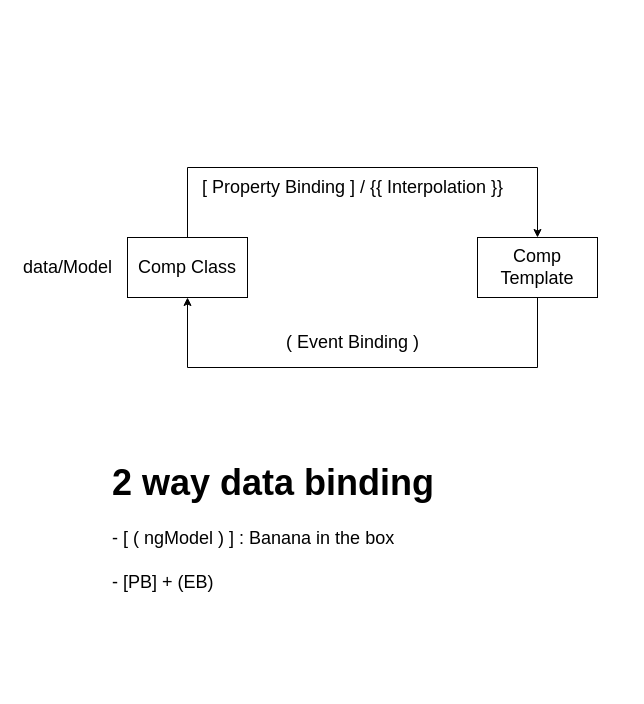
Before: page "Page-6" (6 of 20) of full-diagrams.drawio in synergy2411/citiustech-sept21, a draw.io diagram. Source tidied: cells renumbered, new cells numbered last; positions are measured from the earlier drawing's top-left corner, leaving out a move shared by most shapes. Both pictures are drawn from the tidied source at 100%, with x=0, y=0 at pixel (17, 167).
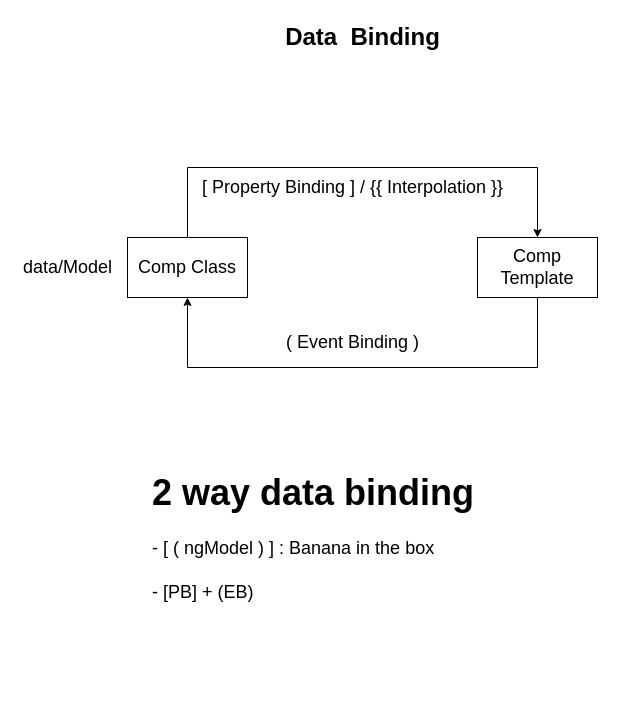
Above is the later version.

The edit, as a diff of the source:
```diff
@@
 <mxGraphModel>
   <root>
     <mxCell id="0" />
     <mxCell id="1" parent="0" />
     <mxCell id="2" style="edgeStyle=orthogonalEdgeStyle;rounded=0;jettySize=auto;html=1;exitX=0.5;exitY=0;exitDx=0;exitDy=0;entryX=0.5;entryY=0;entryDx=0;entryDy=0;fontSize=18;" parent="1" edge="1" source="3" target="5">
       <mxGeometry relative="1" as="geometry">
         <Array as="points">
           <mxPoint x="170" />
           <mxPoint x="520" />
         </Array>
       </mxGeometry>
     </mxCell>
     <mxCell id="3" value="Comp Class" style="rounded=0;whiteSpace=wrap;html=1;fontSize=18;" parent="1" vertex="1">
       <mxGeometry x="110" y="70" width="120" height="60" as="geometry" />
     </mxCell>
     <mxCell id="4" style="edgeStyle=orthogonalEdgeStyle;rounded=0;jettySize=auto;html=1;exitX=0.5;exitY=1;exitDx=0;exitDy=0;entryX=0.5;entryY=1;entryDx=0;entryDy=0;fontSize=18;" parent="1" edge="1" source="5" target="3">
       <mxGeometry relative="1" as="geometry">
         <Array as="points">
           <mxPoint x="520" y="200" />
           <mxPoint x="170" y="200" />
         </Array>
       </mxGeometry>
     </mxCell>
     <mxCell id="5" value="Comp Template" style="rounded=0;whiteSpace=wrap;html=1;fontSize=18;" parent="1" vertex="1">
       <mxGeometry x="460" y="70" width="120" height="60" as="geometry" />
     </mxCell>
     <mxCell id="6" value="data/Model" style="text;html=1;align=center;verticalAlign=middle;strokeColor=none;fillColor=none;fontSize=18;" parent="1" vertex="1">
       <mxGeometry y="85" width="100" height="30" as="geometry" />
     </mxCell>
     <mxCell id="7" value="[ Property Binding ] / {{ Interpolation }}" style="text;html=1;align=center;verticalAlign=middle;strokeColor=none;fillColor=none;fontSize=18;" parent="1" vertex="1">
       <mxGeometry x="175" y="5" width="320" height="30" as="geometry" />
     </mxCell>
     <mxCell id="8" value="( Event Binding )" style="text;html=1;align=center;verticalAlign=middle;strokeColor=none;fillColor=none;fontSize=18;" parent="1" vertex="1">
       <mxGeometry x="260" y="160" width="150" height="30" as="geometry" />
     </mxCell>
     <mxCell id="9" value="&lt;h1&gt;2 way data binding&lt;/h1&gt;&lt;div&gt;- [ ( ngModel ) ] : Banana in the box&lt;/div&gt;&lt;div&gt;&lt;br&gt;&lt;/div&gt;&lt;div&gt;- [PB] + (EB)&lt;/div&gt;" style="text;html=1;strokeColor=none;fillColor=none;spacing=5;spacingTop=-20;whiteSpace=wrap;overflow=hidden;rounded=0;fontSize=18;" parent="1" vertex="1">
-      <mxGeometry x="90" y="280" width="480" height="230" as="geometry" />
+      <mxGeometry x="130" y="290" width="480" height="230" as="geometry" />
     </mxCell>
+    <mxCell id="10" value="Data&amp;nbsp; Binding" style="text;strokeColor=none;fillColor=none;html=1;fontSize=24;fontStyle=1;verticalAlign=middle;align=center;" parent="1" vertex="1">
+      <mxGeometry x="295" y="-150" width="100" height="40" as="geometry" />
+    </mxCell>
   </root>
 </mxGraphModel>
```
